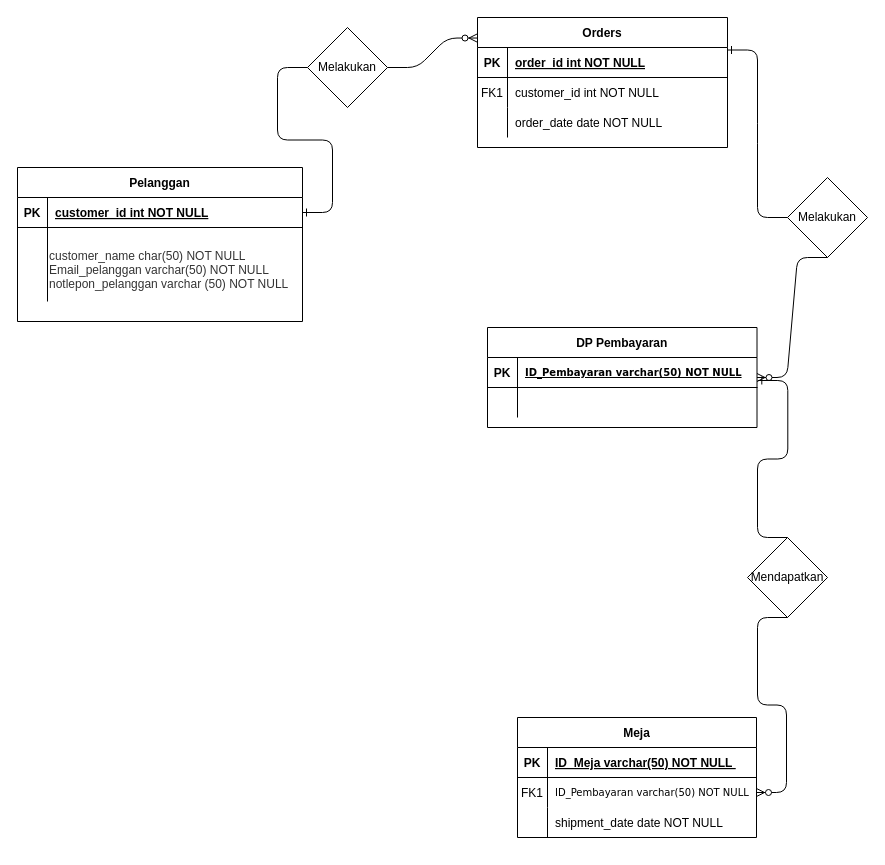
The draw.io diagram Day9/Untitled Diagram.drawio in Siswadi24/BDI-DENPASAR, before the edit. Source tidied: cells renumbered, new cells numbered last; positions are measured from the earlier drawing's top-left corner, leaving out a move shared by most shapes. Both pictures are drawn from the tidied source at 100%, with x=0, y=0 at pixel (17, 17).
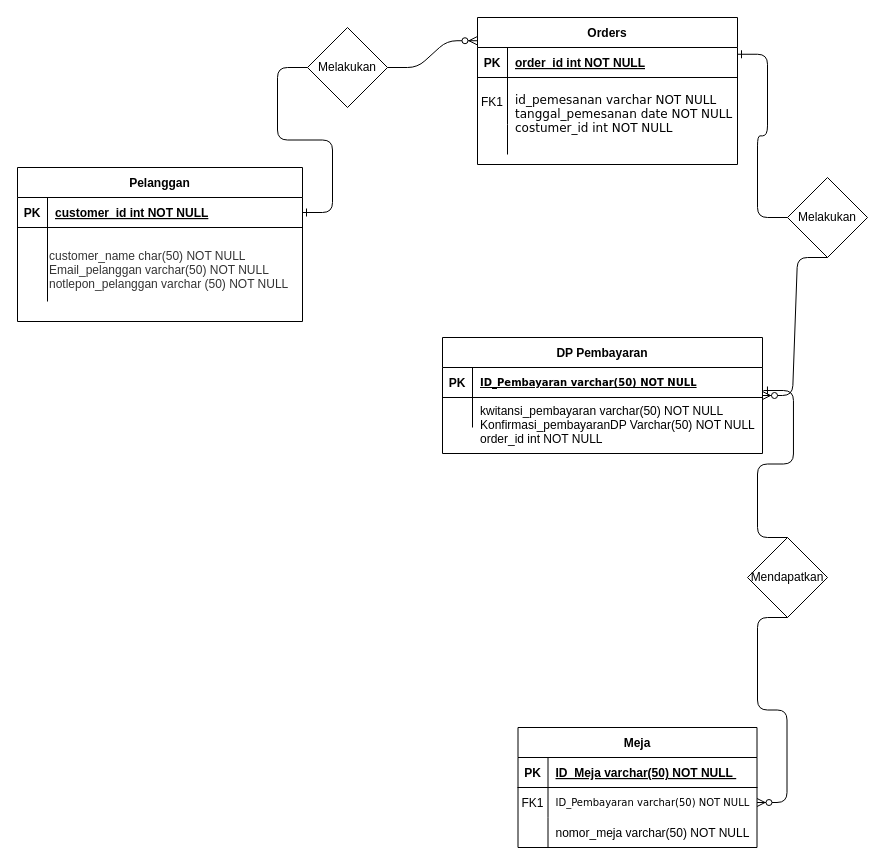
The same page after the edit.

The change refers to these unchanged cells:
```xml
<mxCell id="20" style="shape=partialRectangle;fillColor=none;top=0;left=0;right=0;bottom=0;" parent="13" vertex="1">
  <mxGeometry y="90" width="239" height="30" as="geometry" />
</mxCell>
```

What changed in the source:
```diff
@@
     <mxCell id="3" value="Orders" style="shape=table;startSize=30;childLayout=tableLayout;rowLines=0;fontStyle=1;align=center;" parent="1" vertex="1">
-      <mxGeometry x="460" width="250" height="130" as="geometry" />
+      <mxGeometry x="460" width="260" height="147" as="geometry" />
     </mxCell>
     <mxCell id="4" style="shape=partialRectangle;fillColor=none;top=0;left=0;right=0;bottom=1;" parent="3" vertex="1">
-      <mxGeometry y="30" width="250" height="30" as="geometry" />
+      <mxGeometry y="30" width="260" height="30" as="geometry" />
     </mxCell>
@@
     <mxCell id="6" value="order_id int NOT NULL " style="shape=partialRectangle;overflow=hidden;fillColor=none;top=0;left=0;bottom=0;right=0;align=left;spacingLeft=6;fontStyle=5;" parent="4" vertex="1">
-      <mxGeometry x="30" width="220" height="30" as="geometry" />
+      <mxGeometry x="30" width="230" height="30" as="geometry" />
     </mxCell>
     <mxCell id="7" style="shape=partialRectangle;fillColor=none;top=0;left=0;right=0;bottom=0;" parent="3" vertex="1">
-      <mxGeometry y="60" width="250" height="30" as="geometry" />
+      <mxGeometry y="60" width="260" height="47" as="geometry" />
     </mxCell>
     <mxCell id="8" value="FK1" style="shape=partialRectangle;overflow=hidden;fillColor=none;top=0;left=0;bottom=0;right=0;" parent="7" vertex="1">
-      <mxGeometry width="30" height="30" as="geometry" />
+      <mxGeometry width="30" height="47" as="geometry" />
     </mxCell>
-    <mxCell id="9" value="customer_id int NOT NULL" style="shape=partialRectangle;overflow=hidden;fillColor=none;top=0;left=0;bottom=0;right=0;align=left;spacingLeft=6;" parent="7" vertex="1">
-      <mxGeometry x="30" width="220" height="30" as="geometry" />
+    <mxCell id="9" value="id_pemesanan varchar NOT NULL&#10;tanggal_pemesanan date NOT NULL&#10;costumer_id int NOT NULL &#10;" style="shape=partialRectangle;overflow=hidden;fillColor=none;top=0;left=0;bottom=0;right=0;align=left;spacingLeft=6;fontFamily=Verdana;verticalAlign=top;spacingTop=9;spacingBottom=-11;" parent="7" vertex="1">
+      <mxGeometry x="30" width="230" height="47" as="geometry" />
     </mxCell>
     <mxCell id="10" style="shape=partialRectangle;fillColor=none;top=0;left=0;right=0;bottom=0;" parent="3" vertex="1">
-      <mxGeometry y="90" width="250" height="30" as="geometry" />
+      <mxGeometry y="107" width="260" height="30" as="geometry" />
     </mxCell>
@@
-    <mxCell id="12" value="order_date date NOT NULL" style="shape=partialRectangle;overflow=hidden;fillColor=none;top=0;left=0;bottom=0;right=0;align=left;spacingLeft=6;" parent="10" vertex="1">
-      <mxGeometry x="30" width="220" height="30" as="geometry" />
+    <mxCell id="12" style="shape=partialRectangle;overflow=hidden;fillColor=none;top=0;left=0;bottom=0;right=0;align=left;spacingLeft=6;" parent="10" vertex="1">
+      <mxGeometry x="30" width="230" height="30" as="geometry" />
     </mxCell>
     <mxCell id="13" value="Meja" style="shape=table;startSize=30;childLayout=tableLayout;rowLines=0;fontStyle=1;align=center;" parent="1" vertex="1">
-      <mxGeometry x="500" y="700" width="239" height="120" as="geometry" />
+      <mxGeometry x="500.5" y="710" width="239" height="120" as="geometry" />
     </mxCell>
@@
-    <mxCell id="22" value="shipment_date date NOT NULL" style="shape=partialRectangle;overflow=hidden;fillColor=none;top=0;left=0;bottom=0;right=0;align=left;spacingLeft=6;" parent="20" vertex="1">
+    <mxCell id="22" value="nomor_meja varchar(50) NOT NULL" style="shape=partialRectangle;overflow=hidden;fillColor=none;top=0;left=0;bottom=0;right=0;align=left;spacingLeft=6;" parent="20" vertex="1">
       <mxGeometry x="30" width="209" height="30" as="geometry" />
     </mxCell>
@@
     <mxCell id="30" value="DP Pembayaran" style="shape=table;startSize=30;childLayout=tableLayout;rowLines=0;fontStyle=1;align=center;" parent="1" vertex="1">
-      <mxGeometry x="470" y="310" width="269.5" height="100" as="geometry" />
+      <mxGeometry x="425" y="320" width="320" height="116" as="geometry" />
     </mxCell>
     <mxCell id="31" style="shape=partialRectangle;fillColor=none;points=[[0,0.5],[1,0.5]];portConstraint=eastwest;top=0;left=0;right=0;bottom=1;" parent="30" vertex="1">
-      <mxGeometry y="30" width="269.5" height="30" as="geometry" />
+      <mxGeometry y="30" width="320" height="30" as="geometry" />
     </mxCell>
@@
     <mxCell id="33" value="ID_Pembayaran varchar(50) NOT NULL" style="shape=partialRectangle;overflow=hidden;fillColor=none;top=0;left=0;bottom=0;right=0;align=left;spacingLeft=6;fontStyle=5;fontFamily=Verdana;fontSize=10;" parent="31" vertex="1">
-      <mxGeometry x="30" width="239.5" height="30" as="geometry" />
+      <mxGeometry x="30" width="290" height="30" as="geometry" />
     </mxCell>
     <mxCell id="34" style="shape=partialRectangle;fillColor=none;top=0;left=0;right=0;bottom=0;fontSize=8;" parent="30" vertex="1">
-      <mxGeometry y="60" width="269.5" height="30" as="geometry" />
+      <mxGeometry y="60" width="320" height="30" as="geometry" />
     </mxCell>
@@
-    <mxCell id="36" style="shape=partialRectangle;overflow=hidden;fillColor=none;top=0;left=0;bottom=0;right=0;align=left;spacingLeft=6;fontSize=9;" parent="34" vertex="1">
-      <mxGeometry x="30" width="239.5" height="30" as="geometry" />
+    <mxCell id="36" value="kwitansi_pembayaran varchar(50) NOT NULL&#10;Konfirmasi_pembayaranDP Varchar(50) NOT NULL&#10;order_id int NOT NULL" style="shape=partialRectangle;overflow=hidden;fillColor=none;top=0;left=0;bottom=0;right=0;align=left;spacingLeft=6;fontSize=12;fontFamily=Helvetica;spacingBottom=-23;" parent="34" vertex="1">
+      <mxGeometry x="30" width="290" height="30" as="geometry" />
     </mxCell>
```
